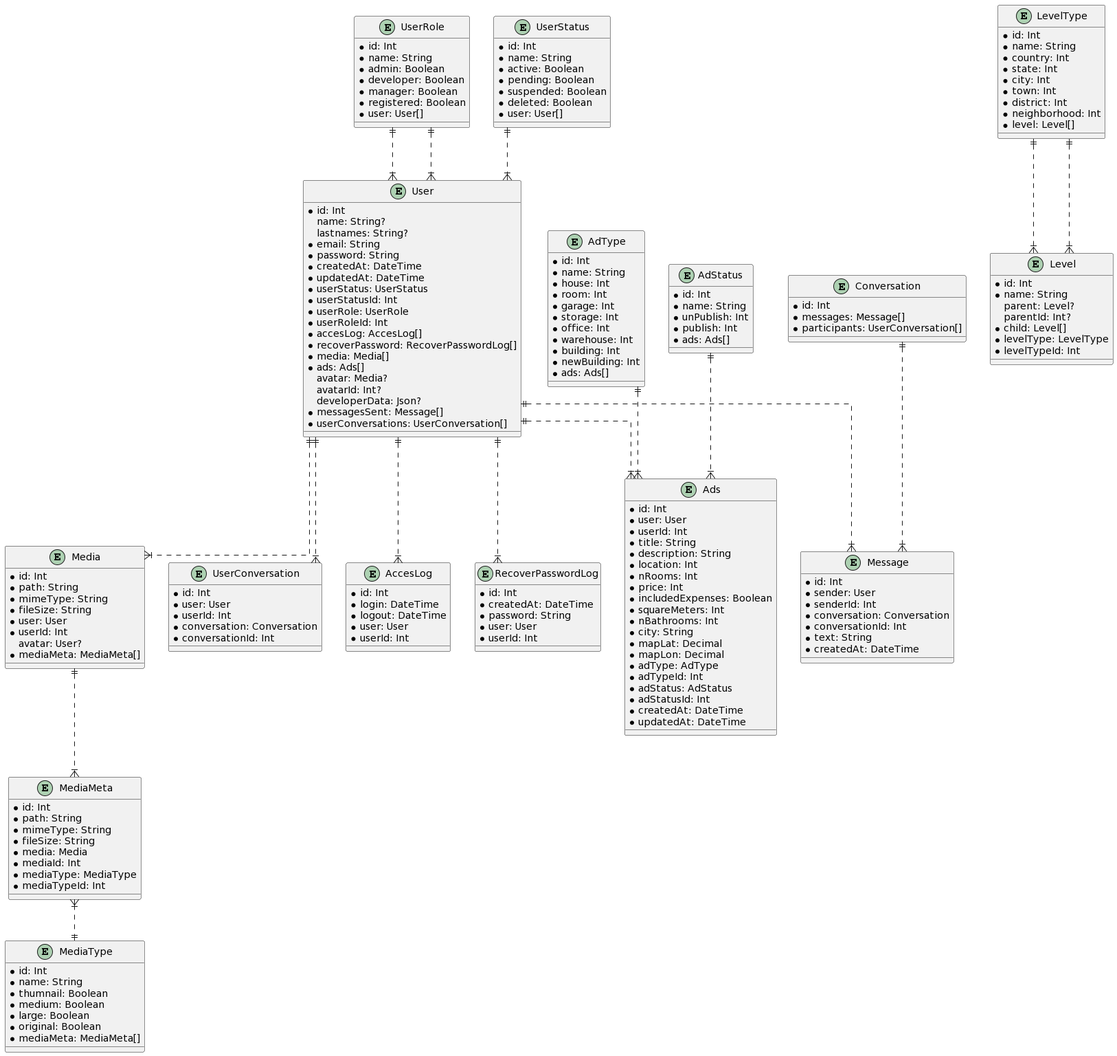
Before: backend/db/schema-db.png, a diagram exported from PlantUML (IT-Academy-BCN/ita-directory). The source it was exported from:
```plantuml
@startuml
skinparam linetype ortho

entity UserRole {
  * id: Int
  * name: String
  * admin: Boolean
  * developer: Boolean
  * manager: Boolean
  * registered: Boolean
  * user: User[]
}

entity UserStatus {
  * id: Int
  * name: String
  * active: Boolean
  * pending: Boolean
  * suspended: Boolean
  * deleted: Boolean
  * user: User[]
}

entity User {
  * id: Int
  name: String?
  lastnames: String?
  * email: String
  * password: String
  * createdAt: DateTime
  * updatedAt: DateTime
  * userStatus: UserStatus
  * userStatusId: Int
  * userRole: UserRole
  * userRoleId: Int
  * accesLog: AccesLog[]
  * recoverPassword: RecoverPasswordLog[]
  * media: Media[]
  * ads: Ads[]
  avatar: Media?
  avatarId: Int?
  developerData: Json?
  * messagesSent: Message[]
  * userConversations: UserConversation[]
}

entity AccesLog {
  * id: Int
  * login: DateTime
  * logout: DateTime
  * user: User
  * userId: Int
}

entity RecoverPasswordLog {
  * id: Int
  * createdAt: DateTime
  * password: String
  * user: User
  * userId: Int
}

entity Media {
  * id: Int
  * path: String
  * mimeType: String
  * fileSize: String
  * user: User
  * userId: Int
  avatar: User?
  * mediaMeta: MediaMeta[]
}

entity MediaMeta {
  * id: Int
  * path: String
  * mimeType: String
  * fileSize: String
  * media: Media
  * mediaId: Int
  * mediaType: MediaType
  * mediaTypeId: Int
}

entity MediaType {
  * id: Int
  * name: String
  * thumnail: Boolean
  * medium: Boolean
  * large: Boolean
  * original: Boolean
  * mediaMeta: MediaMeta[]
}

entity LevelType {
  * id: Int
  * name: String
  * country: Int
  * state: Int
  * city: Int
  * town: Int
  * district: Int
  * neighborhood: Int
  * level: Level[]
}

entity Level {
  * id: Int
  * name: String
  parent: Level?
  parentId: Int?
  * child: Level[]
  * levelType: LevelType
  * levelTypeId: Int
}

entity AdType {
  * id: Int
  * name: String
  * house: Int
  * room: Int
  * garage: Int
  * storage: Int
  * office: Int
  * warehouse: Int
  * building: Int
  * newBuilding: Int
  * ads: Ads[]
}

entity AdStatus {
  * id: Int
  * name: String
  * unPublish: Int
  * publish: Int
  * ads: Ads[]
}

entity Ads {
  * id: Int
  * user: User
  * userId: Int
  * title: String
  * description: String
  * location: Int
  * nRooms: Int
  * price: Int
  * includedExpenses: Boolean
  * squareMeters: Int
  * nBathrooms: Int
  * city: String
  * mapLat: Decimal
  * mapLon: Decimal
  * adType: AdType
  * adTypeId: Int
  * adStatus: AdStatus
  * adStatusId: Int
  * createdAt: DateTime
  * updatedAt: DateTime
}

entity Conversation {
  * id: Int
  * messages: Message[]
  * participants: UserConversation[]
}

entity UserConversation {
  * id: Int
  * user: User
  * userId: Int
  * conversation: Conversation
  * conversationId: Int
}

entity Message {
  * id: Int
  * sender: User
  * senderId: Int
  * conversation: Conversation
  * conversationId: Int
  * text: String
  * createdAt: DateTime
}

UserRole ||..|{ User
UserStatus ||..|{ User
UserRole ||..|{ User
User ||..|{ AccesLog
User ||..|{ RecoverPasswordLog
User ||..|{ Media
Media ||..|{ MediaMeta
MediaMeta }|..|| MediaType
LevelType ||..|{ Level
LevelType ||..|{ Level
AdType ||..|{ Ads
AdStatus ||..|{ Ads
User ||..|{ Ads
Conversation ||..|{ Message
User ||..|{ UserConversation
User ||..|{ Message
@enduml
```
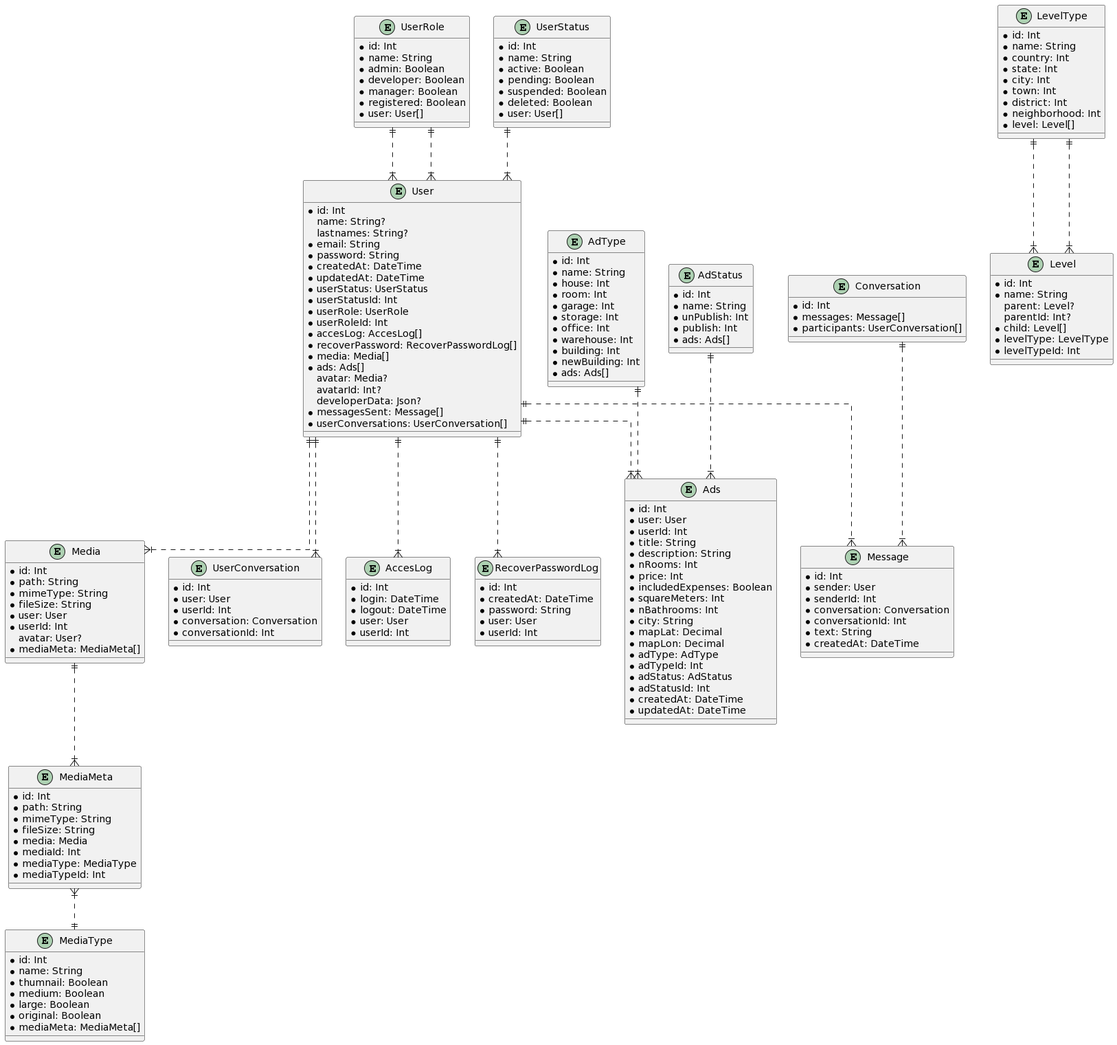
The same diagram one commit later.

Change to the diagram source:
```diff
@@ -142,7 +142,6 @@
   * userId: Int
   * title: String
   * description: String
-  * location: Int
   * nRooms: Int
   * price: Int
   * includedExpenses: Boolean
```
